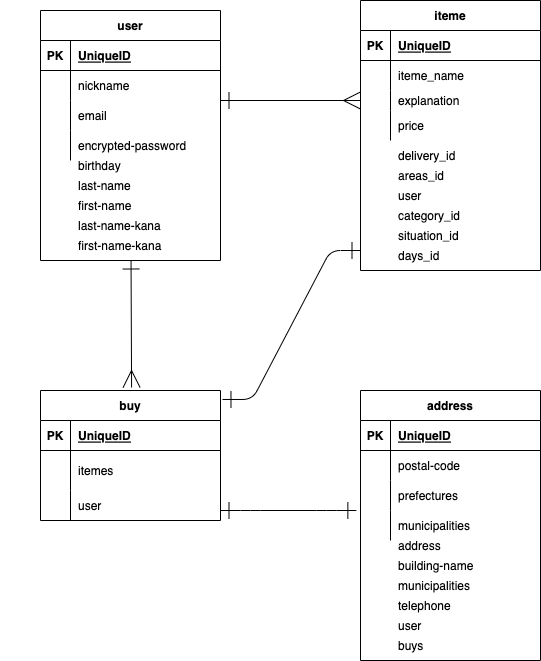
Earlier version of the draw.io export furima.drawio.png (Tyanhorion/furima-37283). Source tidied: cells renumbered, new cells last; positions are measured from the earlier drawing's top-left corner, leaving out a move shared by most shapes.
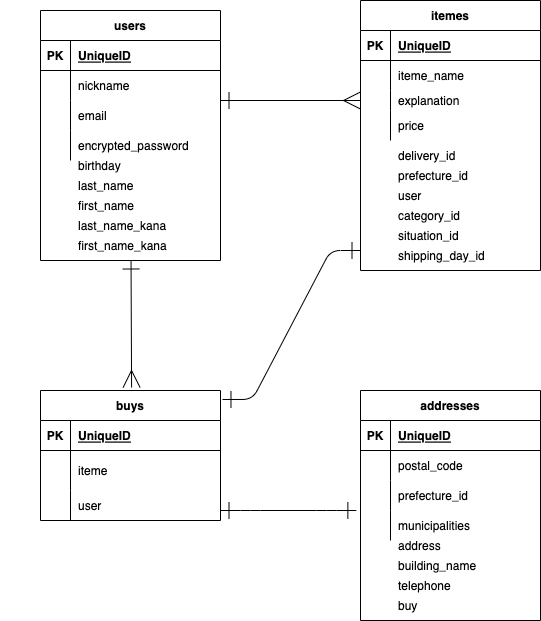
The same file after the commit.

Change to the diagram source:
```diff
@@ -2,7 +2,7 @@
   <root>
     <mxCell id="0" />
     <mxCell id="1" parent="0" />
-    <mxCell id="2" value="iteme" style="shape=table;startSize=30;rowLines=0;fontStyle=1;align=center;" parent="1" vertex="1">
+    <mxCell id="2" value="itemes" style="shape=table;startSize=30;rowLines=0;fontStyle=1;align=center;" parent="1" vertex="1">
       <mxGeometry x="360" width="180" height="270" as="geometry" />
     </mxCell>
     <mxCell id="3" style="shape=partialRectangle;fillColor=none;top=0;left=0;bottom=1;right=0;" parent="2" vertex="1">
@@ -41,8 +41,8 @@
     <mxCell id="14" value="price" style="shape=partialRectangle;fillColor=none;top=0;left=0;bottom=0;right=0;align=left;spacingLeft=6;overflow=hidden;labelBackgroundColor=default;" parent="12" vertex="1">
       <mxGeometry x="30" width="150" height="30" as="geometry" />
     </mxCell>
-    <mxCell id="15" value="address" style="shape=table;startSize=30;rowLines=0;fontStyle=1;align=center;" parent="1" vertex="1">
-      <mxGeometry x="360" y="390" width="180" height="270" as="geometry" />
+    <mxCell id="15" value="addresses" style="shape=table;startSize=30;rowLines=0;fontStyle=1;align=center;" parent="1" vertex="1">
+      <mxGeometry x="360" y="390" width="180" height="230" as="geometry" />
     </mxCell>
     <mxCell id="16" style="shape=partialRectangle;fillColor=none;top=0;left=0;bottom=1;right=0;" parent="15" vertex="1">
       <mxGeometry y="30" width="180" height="30" as="geometry" />
@@ -59,7 +59,7 @@
     <mxCell id="20" style="shape=partialRectangle;fillColor=none;top=0;left=0;bottom=0;right=0;overflow=hidden;" parent="19" vertex="1">
       <mxGeometry width="30" height="30" as="geometry" />
     </mxCell>
-    <mxCell id="21" value="postal-code" style="shape=partialRectangle;fillColor=none;top=0;left=0;bottom=0;right=0;align=left;spacingLeft=6;overflow=hidden;" parent="19" vertex="1">
+    <mxCell id="21" value="postal_code" style="shape=partialRectangle;fillColor=none;top=0;left=0;bottom=0;right=0;align=left;spacingLeft=6;overflow=hidden;" parent="19" vertex="1">
       <mxGeometry x="30" width="150" height="30" as="geometry" />
     </mxCell>
     <mxCell id="22" style="shape=partialRectangle;fillColor=none;top=0;left=0;bottom=0;right=0;" parent="15" vertex="1">
@@ -68,7 +68,7 @@
     <mxCell id="23" style="shape=partialRectangle;fillColor=none;top=0;left=0;bottom=0;right=0;overflow=hidden;" parent="22" vertex="1">
       <mxGeometry width="30" height="30" as="geometry" />
     </mxCell>
-    <mxCell id="24" value="prefectures" style="shape=partialRectangle;fillColor=none;top=0;left=0;bottom=0;right=0;align=left;spacingLeft=6;overflow=hidden;" parent="22" vertex="1">
+    <mxCell id="24" value="prefecture_id" style="shape=partialRectangle;fillColor=none;top=0;left=0;bottom=0;right=0;align=left;spacingLeft=6;overflow=hidden;" parent="22" vertex="1">
       <mxGeometry x="30" width="150" height="30" as="geometry" />
     </mxCell>
     <mxCell id="25" style="shape=partialRectangle;fillColor=none;top=0;left=0;bottom=0;right=0;" parent="15" vertex="1">
@@ -80,7 +80,7 @@
     <mxCell id="27" value="municipalities" style="shape=partialRectangle;fillColor=none;top=0;left=0;bottom=0;right=0;align=left;spacingLeft=6;overflow=hidden;" parent="25" vertex="1">
       <mxGeometry x="30" width="150" height="30" as="geometry" />
     </mxCell>
-    <mxCell id="28" value="buy" style="shape=table;startSize=30;rowLines=0;fontStyle=1;align=center;" parent="1" vertex="1">
+    <mxCell id="28" value="buys" style="shape=table;startSize=30;rowLines=0;fontStyle=1;align=center;" parent="1" vertex="1">
       <mxGeometry x="40" y="390" width="180" height="130" as="geometry" />
     </mxCell>
     <mxCell id="29" style="shape=partialRectangle;fillColor=none;top=0;left=0;bottom=1;right=0;" parent="28" vertex="1">
@@ -98,7 +98,7 @@
     <mxCell id="33" style="shape=partialRectangle;fillColor=none;top=0;left=0;bottom=0;right=0;overflow=hidden;" parent="32" vertex="1">
       <mxGeometry width="30" height="40" as="geometry" />
     </mxCell>
-    <mxCell id="34" value="itemes" style="shape=partialRectangle;fillColor=none;top=0;left=0;bottom=0;right=0;align=left;spacingLeft=6;overflow=hidden;" parent="32" vertex="1">
+    <mxCell id="34" value="iteme" style="shape=partialRectangle;fillColor=none;top=0;left=0;bottom=0;right=0;align=left;spacingLeft=6;overflow=hidden;" parent="32" vertex="1">
       <mxGeometry x="30" width="150" height="40" as="geometry" />
     </mxCell>
     <mxCell id="35" style="shape=partialRectangle;fillColor=none;top=0;left=0;bottom=0;right=0;" parent="28" vertex="1">
@@ -133,7 +133,7 @@
     <mxCell id="44" style="shape=partialRectangle;fillColor=none;top=0;left=0;bottom=0;right=0;overflow=hidden;" parent="43" vertex="1">
       <mxGeometry width="30" height="30" as="geometry" />
     </mxCell>
-    <mxCell id="45" value="last-name" style="shape=partialRectangle;fillColor=none;top=0;left=0;bottom=0;right=0;align=left;spacingLeft=6;overflow=hidden;" parent="43" vertex="1">
+    <mxCell id="45" value="last_name" style="shape=partialRectangle;fillColor=none;top=0;left=0;bottom=0;right=0;align=left;spacingLeft=6;overflow=hidden;" parent="43" vertex="1">
       <mxGeometry x="30" width="150" height="30" as="geometry" />
     </mxCell>
     <mxCell id="46" style="shape=partialRectangle;fillColor=none;top=0;left=0;bottom=0;right=0;" parent="1" vertex="1">
@@ -142,7 +142,7 @@
     <mxCell id="47" style="shape=partialRectangle;fillColor=none;top=0;left=0;bottom=0;right=0;overflow=hidden;" parent="46" vertex="1">
       <mxGeometry width="30" height="30" as="geometry" />
     </mxCell>
-    <mxCell id="48" value="first-name " style="shape=partialRectangle;fillColor=none;top=0;left=0;bottom=0;right=0;align=left;spacingLeft=6;overflow=hidden;" parent="46" vertex="1">
+    <mxCell id="48" value="first_name " style="shape=partialRectangle;fillColor=none;top=0;left=0;bottom=0;right=0;align=left;spacingLeft=6;overflow=hidden;" parent="46" vertex="1">
       <mxGeometry x="30" width="150" height="30" as="geometry" />
     </mxCell>
     <mxCell id="49" style="shape=partialRectangle;fillColor=none;top=0;left=0;bottom=0;right=0;" parent="1" vertex="1">
@@ -169,7 +169,7 @@
     <mxCell id="56" style="shape=partialRectangle;fillColor=none;top=0;left=0;bottom=0;right=0;overflow=hidden;" parent="55" vertex="1">
       <mxGeometry width="30" height="30" as="geometry" />
     </mxCell>
-    <mxCell id="57" value="last-name-kana" style="shape=partialRectangle;fillColor=none;top=0;left=0;bottom=0;right=0;align=left;spacingLeft=6;overflow=hidden;" parent="55" vertex="1">
+    <mxCell id="57" value="last_name_kana" style="shape=partialRectangle;fillColor=none;top=0;left=0;bottom=0;right=0;align=left;spacingLeft=6;overflow=hidden;" parent="55" vertex="1">
       <mxGeometry x="30" width="150" height="30" as="geometry" />
     </mxCell>
     <mxCell id="58" style="shape=partialRectangle;fillColor=none;top=0;left=0;bottom=0;right=0;" parent="1" vertex="1">
@@ -178,7 +178,7 @@
     <mxCell id="59" style="shape=partialRectangle;fillColor=none;top=0;left=0;bottom=0;right=0;overflow=hidden;" parent="58" vertex="1">
       <mxGeometry width="30" height="30" as="geometry" />
     </mxCell>
-    <mxCell id="60" value="first-name-kana" style="shape=partialRectangle;fillColor=none;top=0;left=0;bottom=0;right=0;align=left;spacingLeft=6;overflow=hidden;" parent="58" vertex="1">
+    <mxCell id="60" value="first_name_kana" style="shape=partialRectangle;fillColor=none;top=0;left=0;bottom=0;right=0;align=left;spacingLeft=6;overflow=hidden;" parent="58" vertex="1">
       <mxGeometry x="30" width="150" height="30" as="geometry" />
     </mxCell>
     <mxCell id="61" value="user" style="shape=partialRectangle;fillColor=none;top=0;left=0;bottom=0;right=0;align=left;spacingLeft=6;overflow=hidden;labelBackgroundColor=default;" parent="1" vertex="1">
@@ -187,37 +187,31 @@
     <mxCell id="62" value="category_id" style="shape=partialRectangle;fillColor=none;top=0;left=0;bottom=0;right=0;align=left;spacingLeft=6;overflow=hidden;labelBackgroundColor=default;" parent="1" vertex="1">
       <mxGeometry x="390" y="200" width="150" height="30" as="geometry" />
     </mxCell>
-    <mxCell id="63" value="areas_id " style="shape=partialRectangle;fillColor=none;top=0;left=0;bottom=0;right=0;align=left;spacingLeft=6;overflow=hidden;labelBackgroundColor=default;" parent="1" vertex="1">
+    <mxCell id="63" value="prefecture_id" style="shape=partialRectangle;fillColor=none;top=0;left=0;bottom=0;right=0;align=left;spacingLeft=6;overflow=hidden;labelBackgroundColor=default;" parent="1" vertex="1">
       <mxGeometry x="390" y="160" width="150" height="30" as="geometry" />
     </mxCell>
     <mxCell id="64" value="situation_id" style="shape=partialRectangle;fillColor=none;top=0;left=0;bottom=0;right=0;align=left;spacingLeft=6;overflow=hidden;labelBackgroundColor=default;" parent="1" vertex="1">
       <mxGeometry x="390" y="220" width="150" height="30" as="geometry" />
     </mxCell>
-    <mxCell id="65" value="days_id " style="shape=partialRectangle;fillColor=none;top=0;left=0;bottom=0;right=0;align=left;spacingLeft=6;overflow=hidden;labelBackgroundColor=default;" parent="1" vertex="1">
+    <mxCell id="65" value="shipping_day_id" style="shape=partialRectangle;fillColor=none;top=0;left=0;bottom=0;right=0;align=left;spacingLeft=6;overflow=hidden;labelBackgroundColor=default;" parent="1" vertex="1">
       <mxGeometry x="390" y="240" width="150" height="30" as="geometry" />
     </mxCell>
-    <mxCell id="66" value="building-name" style="shape=partialRectangle;fillColor=none;top=0;left=0;bottom=0;right=0;align=left;spacingLeft=6;overflow=hidden;" parent="1" vertex="1">
+    <mxCell id="66" value="building_name" style="shape=partialRectangle;fillColor=none;top=0;left=0;bottom=0;right=0;align=left;spacingLeft=6;overflow=hidden;" parent="1" vertex="1">
       <mxGeometry x="390" y="550" width="150" height="30" as="geometry" />
     </mxCell>
     <mxCell id="67" value="address" style="shape=partialRectangle;fillColor=none;top=0;left=0;bottom=0;right=0;align=left;spacingLeft=6;overflow=hidden;" parent="1" vertex="1">
       <mxGeometry x="390" y="530" width="150" height="30" as="geometry" />
     </mxCell>
-    <mxCell id="68" value="user" style="shape=partialRectangle;fillColor=none;top=0;left=0;bottom=0;right=0;align=left;spacingLeft=6;overflow=hidden;" parent="1" vertex="1">
-      <mxGeometry x="390" y="610" width="150" height="30" as="geometry" />
-    </mxCell>
     <mxCell id="69" value="telephone" style="shape=partialRectangle;fillColor=none;top=0;left=0;bottom=0;right=0;align=left;spacingLeft=6;overflow=hidden;" parent="1" vertex="1">
-      <mxGeometry x="390" y="590" width="150" height="30" as="geometry" />
+      <mxGeometry x="390" y="570" width="150" height="30" as="geometry" />
     </mxCell>
-    <mxCell id="70" value="municipalities" style="shape=partialRectangle;fillColor=none;top=0;left=0;bottom=0;right=0;align=left;spacingLeft=6;overflow=hidden;" parent="1" vertex="1">
-      <mxGeometry x="390" y="570" width="150" height="30" as="geometry" />
-    </mxCell>
-    <mxCell id="71" value="buys" style="shape=partialRectangle;fillColor=none;top=0;left=0;bottom=0;right=0;align=left;spacingLeft=6;overflow=hidden;" parent="1" vertex="1">
-      <mxGeometry x="390" y="630" width="150" height="30" as="geometry" />
+    <mxCell id="71" value="buy" style="shape=partialRectangle;fillColor=none;top=0;left=0;bottom=0;right=0;align=left;spacingLeft=6;overflow=hidden;" parent="1" vertex="1">
+      <mxGeometry x="390" y="590" width="150" height="30" as="geometry" />
     </mxCell>
     <mxCell id="72" style="edgeStyle=none;rounded=1;html=1;entryX=0.506;entryY=-0.023;entryDx=0;entryDy=0;entryPerimeter=0;startArrow=ERone;startFill=0;endArrow=ERmany;endFill=0;startSize=15;endSize=15;sourcePerimeterSpacing=0;strokeColor=default;elbow=vertical;" parent="1" edge="1" source="73" target="28">
       <mxGeometry relative="1" as="geometry" />
     </mxCell>
-    <mxCell id="73" value="user" style="shape=table;startSize=30;rowLines=0;fontStyle=1;align=center;gradientColor=none;" parent="1" vertex="1">
+    <mxCell id="73" value="users" style="shape=table;startSize=30;rowLines=0;fontStyle=1;align=center;gradientColor=none;" parent="1" vertex="1">
       <mxGeometry x="40" y="10" width="180" height="250" as="geometry" />
     </mxCell>
     <mxCell id="74" style="shape=partialRectangle;fillColor=none;top=0;left=0;bottom=1;right=0;" parent="73" vertex="1">
@@ -253,7 +247,7 @@
     <mxCell id="84" style="shape=partialRectangle;fillColor=none;top=0;left=0;bottom=0;right=0;overflow=hidden;" parent="83" vertex="1">
       <mxGeometry width="30" height="30" as="geometry" />
     </mxCell>
-    <mxCell id="85" value="encrypted-password" style="shape=partialRectangle;fillColor=none;top=0;left=0;bottom=0;right=0;align=left;spacingLeft=6;overflow=hidden;" parent="83" vertex="1">
+    <mxCell id="85" value="encrypted_password" style="shape=partialRectangle;fillColor=none;top=0;left=0;bottom=0;right=0;align=left;spacingLeft=6;overflow=hidden;" parent="83" vertex="1">
       <mxGeometry x="30" width="150" height="30" as="geometry" />
     </mxCell>
     <mxCell id="86" style="fontSize=12;html=1;endArrow=ERone;rounded=1;startSize=15;endSize=15;sourcePerimeterSpacing=0;strokeColor=default;exitX=1.011;exitY=0.069;exitDx=0;exitDy=0;exitPerimeter=0;endFill=0;startArrow=ERone;startFill=0;edgeStyle=entityRelationEdgeStyle;" parent="1" edge="1" source="28">
```
